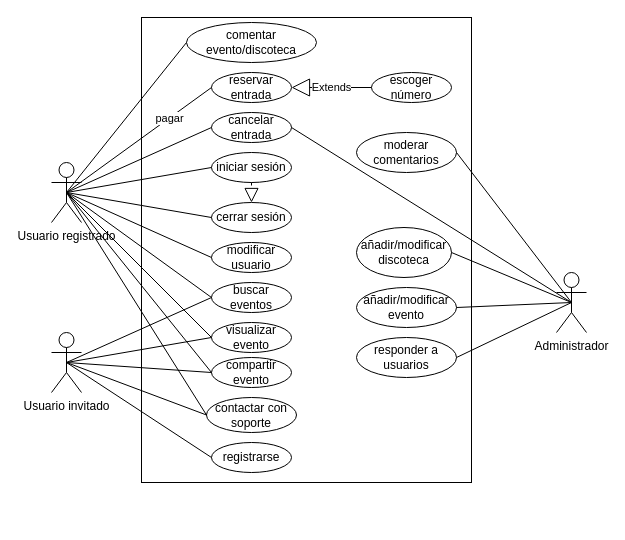
This is doc/diagrama_SW1.drawio from Crramos/Sistemas_Web_1, a draw.io file, before an edit. Source tidied: cells renumbered, new cells numbered last; positions are measured from the earlier drawing's top-left corner, leaving out a move shared by most shapes. Both pictures are drawn from the tidied source at 100%, with x=0, y=0 at pixel (51, 17).
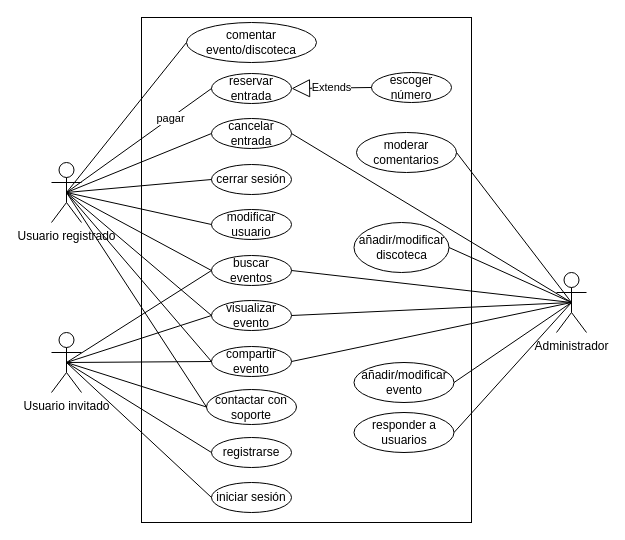
The same page after the edit.

Commit message (it also covers changes not shown here):
Cambios realizados en diagrama y documento.

Unchanged cells that the change refers to:
```xml
<mxCell id="2" value="&lt;div&gt;Usuario registrado&lt;/div&gt;" style="shape=umlActor;verticalLabelPosition=bottom;verticalAlign=top;html=1;outlineConnect=0;" parent="1" vertex="1">
  <mxGeometry y="145" width="30" height="60" as="geometry" />
</mxCell>
<mxCell id="3" value="&lt;div&gt;Usuario invitado&lt;/div&gt;" style="shape=umlActor;verticalLabelPosition=bottom;verticalAlign=top;html=1;outlineConnect=0;" parent="1" vertex="1">
  <mxGeometry y="315" width="30" height="60" as="geometry" />
</mxCell>
```

Change to the diagram source:
```diff
@@
     <mxCell id="5" style="rounded=0;whiteSpace=wrap;html=1;fillColor=none;" parent="1" vertex="1">
-      <mxGeometry x="90" width="330" height="465" as="geometry" />
+      <mxGeometry x="90" width="330" height="505" as="geometry" />
     </mxCell>
-    <mxCell id="6" value="iniciar sesión" style="ellipse;whiteSpace=wrap;html=1;" parent="1" vertex="1">
-      <mxGeometry x="160" y="135" width="80" height="30" as="geometry" />
-    </mxCell>
     <mxCell id="7" value="cerrar sesión" style="ellipse;whiteSpace=wrap;html=1;" parent="1" vertex="1">
-      <mxGeometry x="160" y="185" width="80" height="30" as="geometry" />
+      <mxGeometry x="160" y="147" width="80" height="30" as="geometry" />
     </mxCell>
-    <mxCell id="8" style="endArrow=block;dashed=1;endFill=0;endSize=12;html=1;rounded=0;exitX=0.5;exitY=1;exitDx=0;exitDy=0;entryX=0.5;entryY=0;entryDx=0;entryDy=0;" parent="1" edge="1" source="6" target="7">
-      <mxGeometry relative="1" as="geometry" />
-    </mxCell>
-    <mxCell id="9" style="endArrow=none;html=1;rounded=0;exitX=0.5;exitY=0.5;exitDx=0;exitDy=0;exitPerimeter=0;entryX=0;entryY=0.5;entryDx=0;entryDy=0;" parent="1" edge="1" source="2" target="6">
-      <mxGeometry relative="1" as="geometry" />
-    </mxCell>
@@
     <mxCell id="11" value="buscar eventos" style="ellipse;whiteSpace=wrap;html=1;" parent="1" vertex="1">
-      <mxGeometry x="160" y="265" width="80" height="30" as="geometry" />
+      <mxGeometry x="160" y="238" width="80" height="30" as="geometry" />
     </mxCell>
@@
     <mxCell id="13" value="registrarse" style="ellipse;whiteSpace=wrap;html=1;" parent="1" vertex="1">
-      <mxGeometry x="160" y="425" width="80" height="30" as="geometry" />
+      <mxGeometry x="160" y="420" width="80" height="30" as="geometry" />
     </mxCell>
@@
     <mxCell id="16" value="visualizar evento" style="ellipse;whiteSpace=wrap;html=1;" parent="1" vertex="1">
-      <mxGeometry x="160" y="305" width="80" height="30" as="geometry" />
+      <mxGeometry x="160" y="283" width="80" height="30" as="geometry" />
     </mxCell>
@@
     <mxCell id="19" value="compartir evento" style="ellipse;whiteSpace=wrap;html=1;" parent="1" vertex="1">
-      <mxGeometry x="160" y="340" width="80" height="30" as="geometry" />
+      <mxGeometry x="160" y="329" width="80" height="30" as="geometry" />
     </mxCell>
@@
-    <mxCell id="22" value="añadir/modificar discoteca" style="ellipse;whiteSpace=wrap;html=1;" parent="1" vertex="1">
-      <mxGeometry x="305" y="210" width="95" height="50" as="geometry" />
+    <mxCell id="22" value="añadir/modificar discoteca" style="ellipse;whiteSpace=wrap;html=1;flipV=0;" parent="1" vertex="1">
+      <mxGeometry x="302.5" y="205" width="95" height="50" as="geometry" />
     </mxCell>
@@
-    <mxCell id="24" value="añadir/modificar evento" style="ellipse;whiteSpace=wrap;html=1;" parent="1" vertex="1">
-      <mxGeometry x="305" y="270" width="100" height="40" as="geometry" />
+    <mxCell id="24" value="añadir/modificar evento" style="ellipse;whiteSpace=wrap;html=1;flipV=0;" parent="1" vertex="1">
+      <mxGeometry x="302.5" y="345" width="100" height="40" as="geometry" />
     </mxCell>
@@
     <mxCell id="28" value="modificar usuario" style="ellipse;whiteSpace=wrap;html=1;" parent="1" vertex="1">
-      <mxGeometry x="160" y="225" width="80" height="30" as="geometry" />
+      <mxGeometry x="160" y="192" width="80" height="30" as="geometry" />
     </mxCell>
@@
     <mxCell id="30" value="reservar entrada" style="ellipse;whiteSpace=wrap;html=1;" parent="1" vertex="1">
-      <mxGeometry x="160" y="55" width="80" height="30" as="geometry" />
+      <mxGeometry x="160" y="56" width="80" height="30" as="geometry" />
     </mxCell>
@@
     <mxCell id="33" value="contactar con soporte" style="ellipse;whiteSpace=wrap;html=1;" parent="1" vertex="1">
-      <mxGeometry x="155" y="380" width="90" height="35" as="geometry" />
+      <mxGeometry x="155" y="372" width="90" height="35" as="geometry" />
     </mxCell>
@@
-    <mxCell id="36" value="responder a usuarios" style="ellipse;whiteSpace=wrap;html=1;" parent="1" vertex="1">
-      <mxGeometry x="305" y="320" width="100" height="40" as="geometry" />
+    <mxCell id="36" value="responder a usuarios" style="ellipse;whiteSpace=wrap;html=1;flipV=0;" parent="1" vertex="1">
+      <mxGeometry x="302.5" y="395" width="100" height="40" as="geometry" />
     </mxCell>
@@
     <mxCell id="42" value="cancelar entrada" style="ellipse;whiteSpace=wrap;html=1;" parent="1" vertex="1">
-      <mxGeometry x="160" y="95" width="80" height="30" as="geometry" />
+      <mxGeometry x="160" y="101" width="80" height="30" as="geometry" />
     </mxCell>
@@
+    <mxCell id="6" value="iniciar sesión" style="ellipse;whiteSpace=wrap;html=1;" parent="1" vertex="1">
+      <mxGeometry x="160" y="465" width="80" height="30" as="geometry" />
+    </mxCell>
+    <mxCell id="45" style="endArrow=none;html=1;rounded=0;entryX=0;entryY=0.5;entryDx=0;entryDy=0;exitX=0.5;exitY=0.5;exitDx=0;exitDy=0;exitPerimeter=0;" parent="1" edge="1" source="3" target="6">
+      <mxGeometry relative="1" as="geometry" />
+    </mxCell>
+    <mxCell id="46" style="endArrow=none;html=1;rounded=0;entryX=1;entryY=0.5;entryDx=0;entryDy=0;" parent="1" edge="1" target="11">
+      <mxGeometry relative="1" as="geometry">
+        <mxPoint x="520" y="285" as="sourcePoint" />
+      </mxGeometry>
+    </mxCell>
+    <mxCell id="47" style="endArrow=none;html=1;rounded=0;entryX=1;entryY=0.5;entryDx=0;entryDy=0;" parent="1" edge="1" target="16">
+      <mxGeometry relative="1" as="geometry">
+        <mxPoint x="520" y="285" as="sourcePoint" />
+      </mxGeometry>
+    </mxCell>
+    <mxCell id="48" style="endArrow=none;html=1;rounded=0;entryX=1;entryY=0.5;entryDx=0;entryDy=0;" parent="1" edge="1" target="19">
+      <mxGeometry relative="1" as="geometry">
+        <mxPoint x="520" y="285" as="sourcePoint" />
+      </mxGeometry>
+    </mxCell>
```
